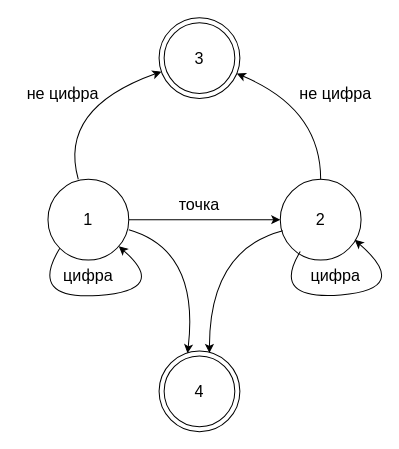
Before: Теория языков программирования/1/Минимизированниый для чисел.drawio in GREBIAR-Git/6_Semester, a draw.io diagram. Source tidied: cells renumbered, new cells numbered last; positions are measured from the earlier drawing's top-left corner, leaving out a move shared by most shapes. Both pictures are drawn from the tidied source at 101%, with x=0, y=0 at pixel (17, 17).
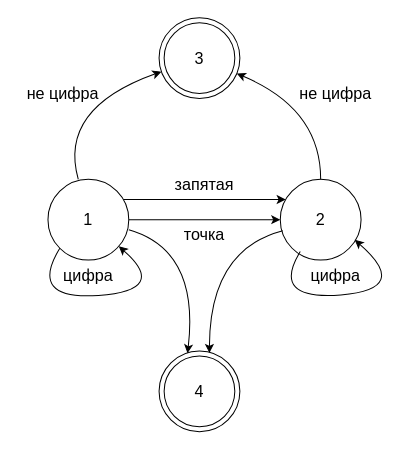
After the change.

The change refers to these unchanged cells:
```xml
<mxCell id="2" value="2" style="ellipse;whiteSpace=wrap;html=1;fontSize=16;" parent="1" vertex="1">
  <mxGeometry x="260" y="160" width="80" height="80" as="geometry" />
</mxCell>
<mxCell id="6" value="1" style="ellipse;whiteSpace=wrap;html=1;fontSize=16;" parent="1" vertex="1">
  <mxGeometry x="30" y="160" width="80" height="80" as="geometry" />
</mxCell>
```

The edit, as a diff of the source:
```diff
@@
+    <mxCell id="20" style="edgeStyle=orthogonalEdgeStyle;rounded=0;jettySize=auto;html=1;" parent="1" edge="1" source="6" target="2">
+      <mxGeometry relative="1" as="geometry">
+        <Array as="points">
+          <mxPoint x="190" y="180" />
+          <mxPoint x="190" y="180" />
+        </Array>
+      </mxGeometry>
+    </mxCell>
@@
     <mxCell id="7" value="точка" style="text;html=1;strokeColor=none;fillColor=none;align=center;verticalAlign=middle;whiteSpace=wrap;rounded=0;fontSize=16;" parent="1" vertex="1">
-      <mxGeometry x="150" y="170" width="60" height="30" as="geometry" />
+      <mxGeometry x="155" y="200" width="60" height="30" as="geometry" />
     </mxCell>
@@
+    <mxCell id="21" value="запятая" style="text;html=1;strokeColor=none;fillColor=none;align=center;verticalAlign=middle;whiteSpace=wrap;rounded=0;fontSize=16;" parent="1" vertex="1">
+      <mxGeometry x="155" y="150" width="60" height="30" as="geometry" />
+    </mxCell>
```
